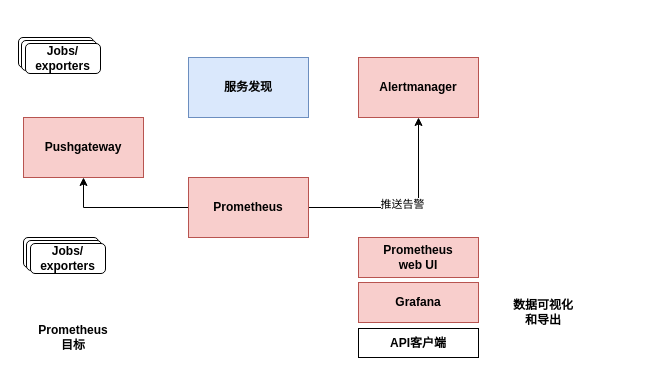
Before: 监控与告警.drawio in C-Why/diagrams, a draw.io diagram. Source tidied: cells renumbered, new cells numbered last; positions are measured from the earlier drawing's top-left corner, leaving out a move shared by most shapes. Both pictures are drawn from the tidied source at 100%, with x=0, y=0 at pixel (18, 37).
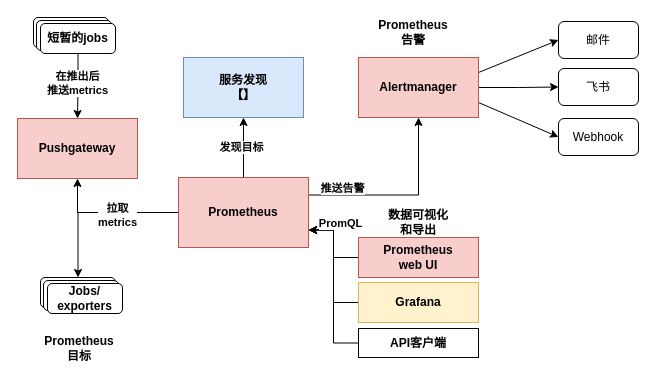
The same diagram, later.

Commit message (it also covers changes not shown here):
更新监控与告警.drawio

The change refers to these unchanged cells:
```xml
<mxCell id="7" value="Alertmanager" style="rounded=0;whiteSpace=wrap;html=1;fillColor=#f8cecc;strokeColor=#b85450;fontStyle=1;" parent="1" vertex="1">
  <mxGeometry x="340" y="20" width="120" height="60" as="geometry" />
</mxCell>
<mxCell id="11" value="&lt;div&gt;Prometheus&lt;/div&gt;&lt;div&gt;web UI&lt;br&gt;&lt;/div&gt;" style="rounded=0;whiteSpace=wrap;html=1;fillColor=#f8cecc;strokeColor=#b85450;fontStyle=1;" parent="1" vertex="1">
  <mxGeometry x="340" y="200" width="120" height="40" as="geometry" />
</mxCell>
<mxCell id="13" value="API客户端" style="rounded=0;whiteSpace=wrap;html=1;fontStyle=1;" parent="1" vertex="1">
  <mxGeometry x="340" y="291" width="120" height="29" as="geometry" />
</mxCell>
<mxCell id="15" style="rounded=1;whiteSpace=wrap;html=1;" parent="14" vertex="1">
  <mxGeometry width="75" height="30" as="geometry" />
</mxCell>
```

The edit, as a diff of the source:
```diff
@@
-    <mxCell id="2" style="edgeStyle=orthogonalEdgeStyle;rounded=0;jettySize=auto;html=1;entryX=0.5;entryY=1;entryDx=0;entryDy=0;" parent="1" edge="1" source="5" target="7">
+    <mxCell id="2" style="edgeStyle=orthogonalEdgeStyle;rounded=0;jettySize=auto;html=1;entryX=0.5;entryY=1;entryDx=0;entryDy=0;exitX=1;exitY=0.25;exitDx=0;exitDy=0;" parent="1" edge="1" source="5" target="7">
       <mxGeometry relative="1" as="geometry" />
     </mxCell>
-    <mxCell id="3" value="推送告警" style="edgeLabel;html=1;align=center;verticalAlign=middle;" parent="2" vertex="1">
-      <mxGeometry x="-0.07" y="4" relative="1" as="geometry" />
+    <mxCell id="3" value="推送告警" style="edgeLabel;html=1;align=center;verticalAlign=middle;fontStyle=1;" parent="2" vertex="1">
+      <mxGeometry x="-0.07" y="4" relative="1" as="geometry">
+        <mxPoint x="-54" y="-3" as="offset" />
+      </mxGeometry>
     </mxCell>
@@
+    <mxCell id="22" style="edgeStyle=orthogonalEdgeStyle;rounded=0;jettySize=auto;html=1;entryX=0.5;entryY=0;entryDx=0;entryDy=0;" parent="1" edge="1" source="5" target="15">
+      <mxGeometry relative="1" as="geometry" />
+    </mxCell>
+    <mxCell id="23" value="&lt;div&gt;拉取&lt;/div&gt;&lt;div&gt;metrics&lt;br&gt;&lt;/div&gt;" style="edgeLabel;html=1;align=center;verticalAlign=middle;fontStyle=1;" parent="22" vertex="1">
+      <mxGeometry x="-0.25" y="2" relative="1" as="geometry" />
+    </mxCell>
+    <mxCell id="24" style="edgeStyle=orthogonalEdgeStyle;rounded=0;jettySize=auto;html=1;entryX=0.5;entryY=1;entryDx=0;entryDy=0;" parent="1" edge="1" source="5" target="6">
+      <mxGeometry relative="1" as="geometry" />
+    </mxCell>
+    <mxCell id="25" value="发现目标" style="edgeLabel;html=1;align=center;verticalAlign=middle;fontStyle=1;" parent="24" vertex="1">
+      <mxGeometry x="0.03" y="3" relative="1" as="geometry" />
+    </mxCell>
     <mxCell id="5" value="Prometheus" style="rounded=0;whiteSpace=wrap;html=1;fillColor=#f8cecc;strokeColor=#b85450;fontStyle=1;" parent="1" vertex="1">
-      <mxGeometry x="170" y="140" width="120" height="60" as="geometry" />
+      <mxGeometry x="160" y="140" width="130" height="70" as="geometry" />
     </mxCell>
-    <mxCell id="6" value="服务发现" style="rounded=0;whiteSpace=wrap;html=1;fillColor=#dae8fc;strokeColor=#6c8ebf;fontStyle=1;" parent="1" vertex="1">
-      <mxGeometry x="170" y="20" width="120" height="60" as="geometry" />
+    <mxCell id="6" value="&lt;div&gt;服务发现&lt;/div&gt;&lt;div&gt;【】&lt;br&gt;&lt;/div&gt;" style="rounded=0;whiteSpace=wrap;html=1;fillColor=#dae8fc;strokeColor=#6c8ebf;fontStyle=1;" parent="1" vertex="1">
+      <mxGeometry x="165" y="20" width="120" height="60" as="geometry" />
     </mxCell>
+    <mxCell id="26" style="rounded=0;jettySize=auto;html=1;exitX=1;exitY=0.75;exitDx=0;exitDy=0;entryX=0;entryY=0.5;entryDx=0;entryDy=0;" parent="1" edge="1" source="7" target="36">
+      <mxGeometry relative="1" as="geometry" />
+    </mxCell>
+    <mxCell id="27" style="edgeStyle=orthogonalEdgeStyle;rounded=0;jettySize=auto;html=1;" parent="1" edge="1" source="7" target="35">
+      <mxGeometry relative="1" as="geometry" />
+    </mxCell>
+    <mxCell id="28" style="jettySize=auto;html=1;exitX=1;exitY=0.25;exitDx=0;exitDy=0;entryX=0;entryY=0.5;entryDx=0;entryDy=0;rounded=0;" parent="1" edge="1" source="7" target="34">
+      <mxGeometry relative="1" as="geometry" />
+    </mxCell>
@@
     <mxCell id="8" value="Pushgateway" style="rounded=0;whiteSpace=wrap;html=1;fillColor=#f8cecc;strokeColor=#b85450;fontStyle=1;" parent="1" vertex="1">
-      <mxGeometry x="5" y="80" width="120" height="60" as="geometry" />
+      <mxGeometry x="-1" y="81" width="120" height="60" as="geometry" />
     </mxCell>
     <mxCell id="9" value="&lt;div&gt;Prometheus&lt;/div&gt;&lt;div&gt;目标&lt;br&gt;&lt;/div&gt;" style="text;html=1;strokeColor=none;fillColor=none;align=center;verticalAlign=middle;whiteSpace=wrap;rounded=0;fontStyle=1;" parent="1" vertex="1">
-      <mxGeometry x="25" y="285" width="60" height="30" as="geometry" />
+      <mxGeometry x="31" y="296" width="60" height="30" as="geometry" />
     </mxCell>
     <mxCell id="10" value="数据可视化和导出" style="text;html=1;strokeColor=none;fillColor=none;align=center;verticalAlign=middle;whiteSpace=wrap;rounded=0;fontStyle=1;" parent="1" vertex="1">
-      <mxGeometry x="490" y="260" width="70" height="30" as="geometry" />
+      <mxGeometry x="365" y="170" width="70" height="30" as="geometry" />
     </mxCell>
+    <mxCell id="29" style="edgeStyle=orthogonalEdgeStyle;rounded=0;jettySize=auto;html=1;entryX=1;entryY=0.75;entryDx=0;entryDy=0;" parent="1" edge="1" source="11" target="5">
+      <mxGeometry relative="1" as="geometry" />
+    </mxCell>
@@
+    <mxCell id="30" style="edgeStyle=orthogonalEdgeStyle;rounded=0;jettySize=auto;html=1;entryX=1;entryY=0.75;entryDx=0;entryDy=0;" parent="1" edge="1" source="12" target="5">
+      <mxGeometry relative="1" as="geometry" />
+    </mxCell>
-    <mxCell id="12" value="Grafana" style="rounded=0;whiteSpace=wrap;html=1;fillColor=#f8cecc;strokeColor=#b85450;fontStyle=1;" parent="1" vertex="1">
+    <mxCell id="12" value="Grafana" style="rounded=0;whiteSpace=wrap;html=1;fillColor=#fff2cc;strokeColor=#d6b656;fontStyle=1;" parent="1" vertex="1">
       <mxGeometry x="340" y="245" width="120" height="40" as="geometry" />
     </mxCell>
+    <mxCell id="31" style="edgeStyle=orthogonalEdgeStyle;rounded=0;jettySize=auto;html=1;entryX=1;entryY=0.75;entryDx=0;entryDy=0;" parent="1" edge="1" source="13" target="5">
+      <mxGeometry relative="1" as="geometry" />
+    </mxCell>
+    <mxCell id="32" value="PromQL" style="edgeLabel;html=1;align=center;verticalAlign=middle;fontStyle=1;" parent="31" vertex="1">
+      <mxGeometry x="0.61" y="1" relative="1" as="geometry">
+        <mxPoint x="7" y="-14" as="offset" />
+      </mxGeometry>
+    </mxCell>
@@
     <mxCell id="14" style="group;fontStyle=1;" parent="1" vertex="1">
-      <mxGeometry x="5" y="200" width="82" height="36" as="geometry" />
+      <mxGeometry x="22" y="240" width="82" height="36" as="geometry" />
     </mxCell>
@@
     <mxCell id="18" style="group;" parent="1" vertex="1">
-      <mxGeometry width="82" height="36" as="geometry" />
+      <mxGeometry x="15" y="-20" width="82" height="36" as="geometry" />
     </mxCell>
@@
-    <mxCell id="21" value="&lt;div&gt;Jobs/&lt;/div&gt;&lt;div&gt;exporters&lt;br&gt;&lt;/div&gt;" style="rounded=1;whiteSpace=wrap;html=1;fontStyle=1;" parent="18" vertex="1">
+    <mxCell id="21" value="短暂的jobs" style="rounded=1;whiteSpace=wrap;html=1;fontStyle=1;" parent="18" vertex="1">
       <mxGeometry x="7" y="6" width="75" height="30" as="geometry" />
     </mxCell>
+    <mxCell id="33" value="&lt;div&gt;Prometheus&lt;/div&gt;&lt;div&gt;告警&lt;br&gt;&lt;/div&gt;" style="text;html=1;strokeColor=none;fillColor=none;align=center;verticalAlign=middle;whiteSpace=wrap;rounded=0;fontStyle=1;" parent="1" vertex="1">
+      <mxGeometry x="360" y="-20" width="70" height="30" as="geometry" />
+    </mxCell>
+    <mxCell id="34" value="邮件" style="rounded=1;whiteSpace=wrap;html=1;" parent="1" vertex="1">
+      <mxGeometry x="540" y="-16" width="80" height="37" as="geometry" />
+    </mxCell>
+    <mxCell id="35" value="飞书" style="rounded=1;whiteSpace=wrap;html=1;" parent="1" vertex="1">
+      <mxGeometry x="540" y="31" width="80" height="37" as="geometry" />
+    </mxCell>
+    <mxCell id="36" value="Webhook" style="rounded=1;whiteSpace=wrap;html=1;" parent="1" vertex="1">
+      <mxGeometry x="540" y="81" width="80" height="37" as="geometry" />
+    </mxCell>
+    <mxCell id="37" style="edgeStyle=orthogonalEdgeStyle;rounded=0;jettySize=auto;html=1;" parent="1" edge="1" source="21" target="8">
+      <mxGeometry relative="1" as="geometry" />
+    </mxCell>
+    <mxCell id="38" value="&lt;div&gt;在推出后&lt;/div&gt;&lt;div&gt;推送metrics&lt;/div&gt;" style="edgeLabel;html=1;align=center;verticalAlign=middle;fontStyle=1;" parent="37" vertex="1">
+      <mxGeometry x="-0.11" y="-1" relative="1" as="geometry" />
+    </mxCell>
```
